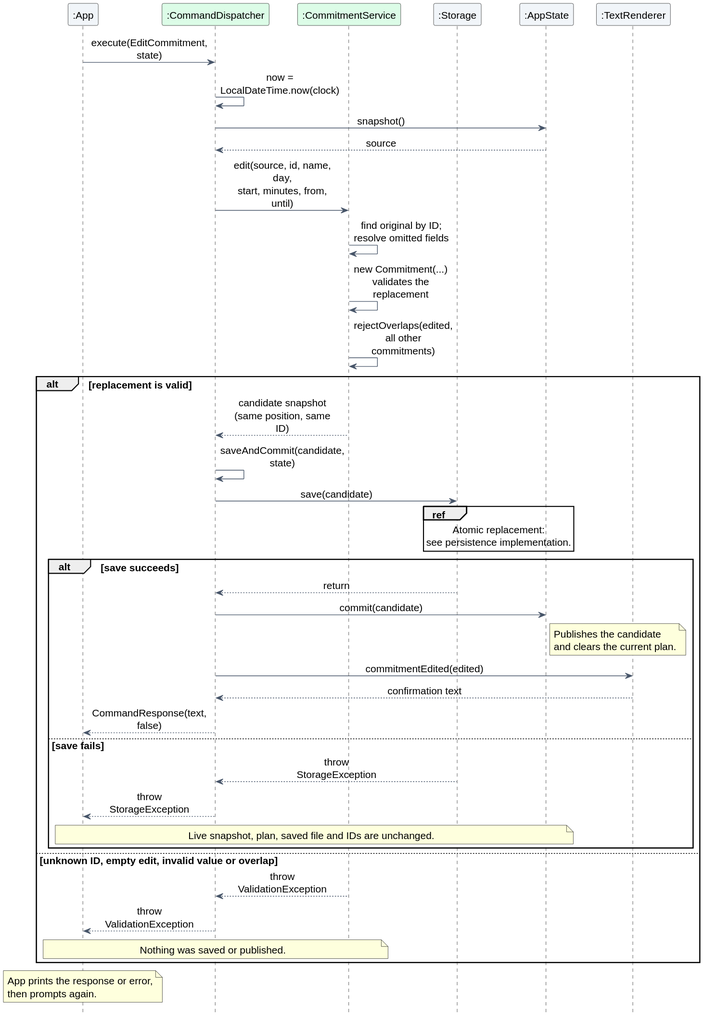
This is docs/images/darren-commitment-edit.svg from AY2627S1-CS2113-T10-1/tp, a PlantUML export, as it was before one commit. The source it was exported from:
```plantuml
@startuml
skinparam backgroundColor white
skinparam shadowing false
skinparam defaultFontName SansSerif
skinparam defaultFontSize 15
skinparam sequenceMessageAlign center
skinparam responseMessageBelowArrow true
skinparam maxMessageSize 150
skinparam ParticipantPadding 12
skinparam ArrowColor #475569
hide footbox

participant ":App" as App #F1F5F9
participant ":CommandDispatcher" as Dispatcher #DCFCE7
participant ":CommitmentService" as Service #DCFCE7
participant ":Storage" as Storage #F1F5F9
participant ":AppState" as State #F1F5F9
participant ":TextRenderer" as Renderer #F1F5F9

App -> Dispatcher : execute(EditCommitment, state)
Dispatcher -> Dispatcher : now = LocalDateTime.now(clock)
Dispatcher -> State : snapshot()
State --> Dispatcher : source
Dispatcher -> Service : edit(source, id, name, day,\nstart, minutes, from, until)
Service -> Service : find original by ID;\nresolve omitted fields
Service -> Service : new Commitment(...)\nvalidates the replacement
Service -> Service : rejectOverlaps(edited,\nall other commitments)

alt replacement is valid
    Service --> Dispatcher : candidate snapshot\n(same position, same ID)
    Dispatcher -> Dispatcher : saveAndCommit(candidate, state)
    Dispatcher -> Storage : save(candidate)
    ref over Storage
      Atomic replacement:
      see persistence implementation.
    end ref
    alt save succeeds
        Storage --> Dispatcher : return
        Dispatcher -> State : commit(candidate)
        note right of State : Publishes the candidate\nand clears the current plan.
        Dispatcher -> Renderer : commitmentEdited(edited)
        Renderer --> Dispatcher : confirmation text
        Dispatcher --> App : CommandResponse(text, false)
    else save fails
        Storage --> Dispatcher : throw StorageException
        Dispatcher --> App : throw StorageException
        note over App, State : Live snapshot, plan, saved file and IDs are unchanged.
    end
else unknown ID, empty edit, invalid value or overlap
    Service --> Dispatcher : throw ValidationException
    Dispatcher --> App : throw ValidationException
    note over App, Service : Nothing was saved or published.
end

note over App : App prints the response or error,\nthen prompts again.
@enduml
```
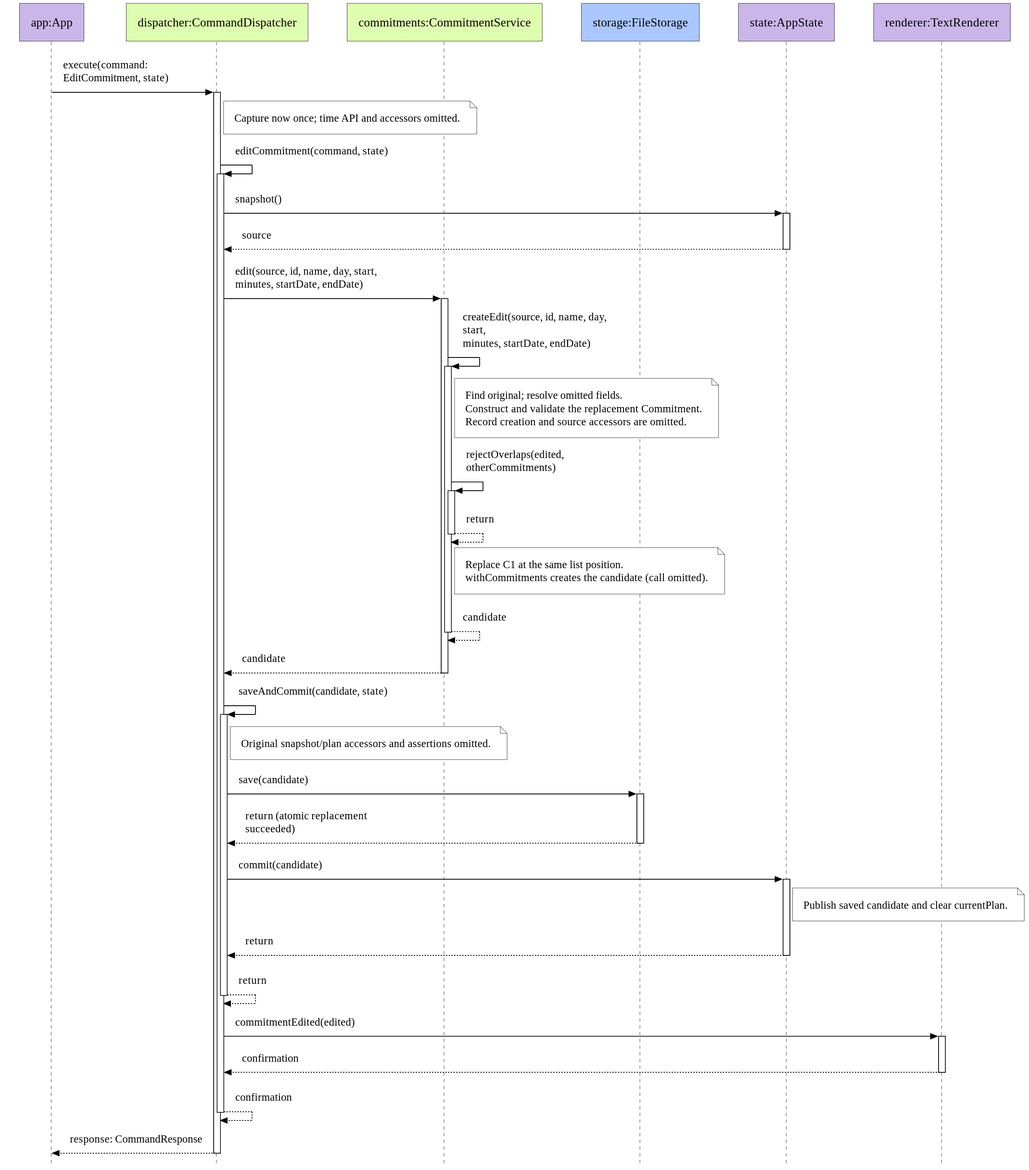
Above is the later version.

Diff of the diagram source:
```diff
@@ -1,56 +1,43 @@
 @startuml
-skinparam backgroundColor white
-skinparam shadowing false
-skinparam defaultFontName SansSerif
-skinparam defaultFontSize 15
-skinparam sequenceMessageAlign center
-skinparam responseMessageBelowArrow true
-skinparam maxMessageSize 150
-skinparam ParticipantPadding 12
-skinparam ArrowColor #475569
-hide footbox
+!include course-style.puml
 
-participant ":App" as App #F1F5F9
-participant ":CommandDispatcher" as Dispatcher #DCFCE7
-participant ":CommitmentService" as Service #DCFCE7
-participant ":Storage" as Storage #F1F5F9
-participant ":AppState" as State #F1F5F9
-participant ":TextRenderer" as Renderer #F1F5F9
+participant "app:App" as App SHELL
+participant "dispatcher:CommandDispatcher" as Dispatcher DOMAIN
+participant "commitments:CommitmentService" as Service DOMAIN
+participant "storage:FileStorage" as Storage PERSISTENCE
+participant "state:AppState" as State SHELL
+participant "renderer:TextRenderer" as Renderer SHELL
 
-App -> Dispatcher : execute(EditCommitment, state)
-Dispatcher -> Dispatcher : now = LocalDateTime.now(clock)
-Dispatcher -> State : snapshot()
-State --> Dispatcher : source
-Dispatcher -> Service : edit(source, id, name, day,\nstart, minutes, from, until)
-Service -> Service : find original by ID;\nresolve omitted fields
-Service -> Service : new Commitment(...)\nvalidates the replacement
-Service -> Service : rejectOverlaps(edited,\nall other commitments)
-
-alt replacement is valid
-    Service --> Dispatcher : candidate snapshot\n(same position, same ID)
-    Dispatcher -> Dispatcher : saveAndCommit(candidate, state)
-    Dispatcher -> Storage : save(candidate)
-    ref over Storage
-      Atomic replacement:
-      see persistence implementation.
-    end ref
-    alt save succeeds
-        Storage --> Dispatcher : return
-        Dispatcher -> State : commit(candidate)
-        note right of State : Publishes the candidate\nand clears the current plan.
-        Dispatcher -> Renderer : commitmentEdited(edited)
-        Renderer --> Dispatcher : confirmation text
-        Dispatcher --> App : CommandResponse(text, false)
-    else save fails
-        Storage --> Dispatcher : throw StorageException
-        Dispatcher --> App : throw StorageException
-        note over App, State : Live snapshot, plan, saved file and IDs are unchanged.
-    end
-else unknown ID, empty edit, invalid value or overlap
-    Service --> Dispatcher : throw ValidationException
-    Dispatcher --> App : throw ValidationException
-    note over App, Service : Nothing was saved or published.
-end
-
-note over App : App prints the response or error,\nthen prompts again.
+App -> Dispatcher ++ : execute(command: EditCommitment, state)
+note right of Dispatcher : Capture now once; time API and accessors omitted.
+Dispatcher -> Dispatcher ++ : editCommitment(command, state)
+Dispatcher -> State ++ : snapshot()
+State --> Dispatcher -- : source
+Dispatcher -> Service ++ : edit(source, id, name, day, start,\nminutes, startDate, endDate)
+Service -> Service ++ : createEdit(source, id, name, day, start,\nminutes, startDate, endDate)
+note right of Service
+  Find original; resolve omitted fields.
+  Construct and validate the replacement Commitment.
+  Record creation and source accessors are omitted.
+end note
+Service -> Service ++ : rejectOverlaps(edited, otherCommitments)
+Service --> Service -- : return
+note right of Service
+  Replace C1 at the same list position.
+  withCommitments creates the candidate (call omitted).
+end note
+Service --> Service -- : candidate
+Service --> Dispatcher -- : candidate
+Dispatcher -> Dispatcher ++ : saveAndCommit(candidate, state)
+note right of Dispatcher : Original snapshot/plan accessors and assertions omitted.
+Dispatcher -> Storage ++ : save(candidate)
+Storage --> Dispatcher -- : return (atomic replacement succeeded)
+Dispatcher -> State ++ : commit(candidate)
+note right of State : Publish saved candidate and clear currentPlan.
+State --> Dispatcher -- : return
+Dispatcher --> Dispatcher -- : return
+Dispatcher -> Renderer ++ : commitmentEdited(edited)
+Renderer --> Dispatcher -- : confirmation
+Dispatcher --> Dispatcher -- : confirmation
+Dispatcher --> App -- : response: CommandResponse
 @enduml
```
